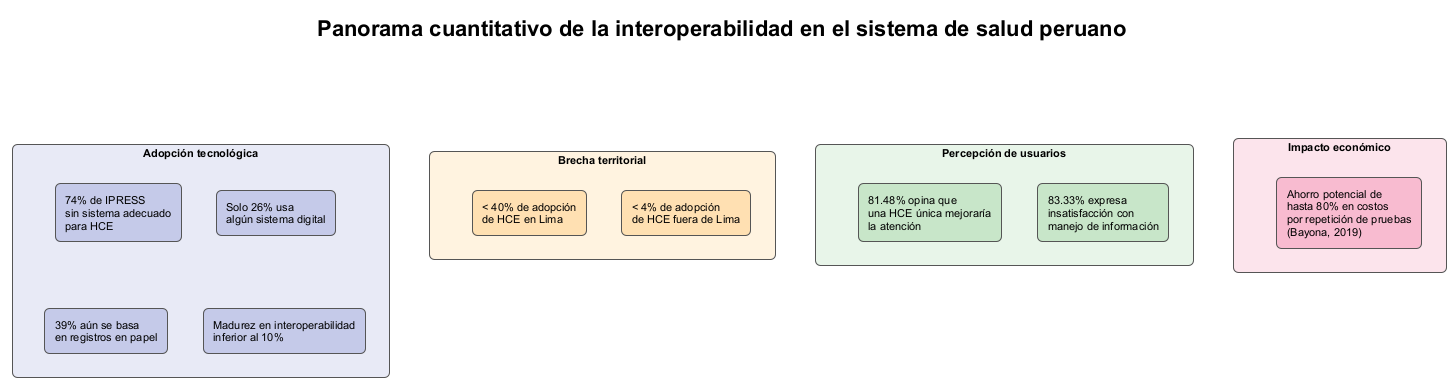
Earlier version of the PlantUML export media/diagrama-panorama-cuantitativo.png (genomike/seminario_de_investigacion).
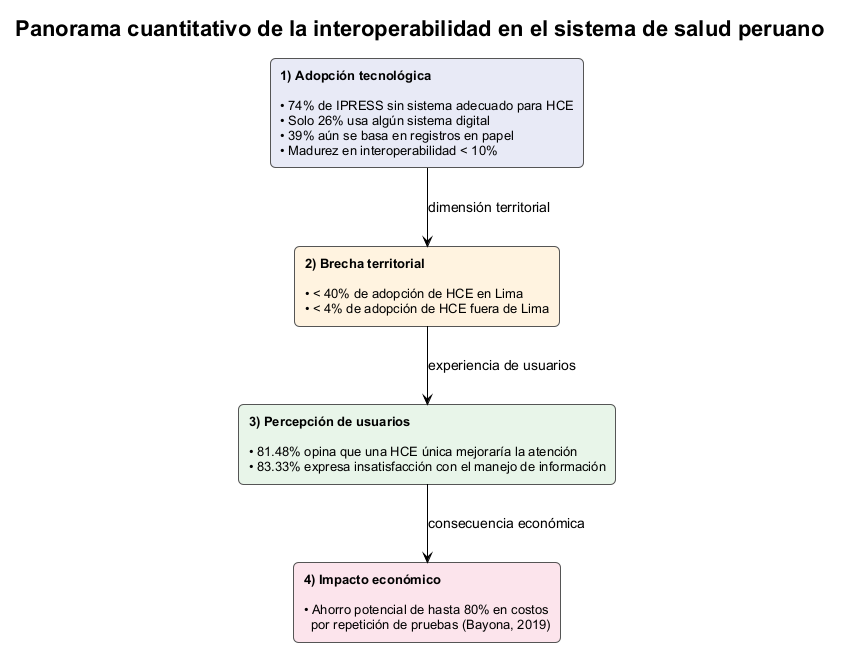
After the commit.

Diff of the diagram source:
```diff
@@ -2,37 +2,27 @@
 !theme plain
 skinparam backgroundColor white
 skinparam defaultFontName Arial
-skinparam defaultFontSize 11
+skinparam defaultFontSize 14
 skinparam shadowing false
 skinparam rectangle {
     RoundCorner 10
     BorderColor #555555
+    FontSize 13
 }
+top to bottom direction
 
 title <b>Panorama cuantitativo de la interoperabilidad en el sistema de salud peruano</b>
 
-rectangle "<b>Adopción tecnológica</b>" as AT #E8EAF6 {
-    rectangle "74% de IPRESS\nsin sistema adecuado\npara HCE" as A1 #C5CAE9
-    rectangle "Solo 26% usa\nalgún sistema digital" as A2 #C5CAE9
-    rectangle "39% aún se basa\nen registros en papel" as A3 #C5CAE9
-    rectangle "Madurez en interoperabilidad\ninferior al 10%" as A4 #C5CAE9
-}
+rectangle "<b>1) Adopción tecnológica</b>\n\n• 74% de IPRESS sin sistema adecuado para HCE\n• Solo 26% usa algún sistema digital\n• 39% aún se basa en registros en papel\n• Madurez en interoperabilidad < 10%" as AT #E8EAF6
 
-rectangle "<b>Brecha territorial</b>" as BT #FFF3E0 {
-    rectangle "< 4% de adopción\nde HCE fuera de Lima" as T1 #FFE0B2
-    rectangle "< 40% de adopción\nde HCE en Lima" as T2 #FFE0B2
-}
+rectangle "<b>2) Brecha territorial</b>\n\n• < 40% de adopción de HCE en Lima\n• < 4% de adopción de HCE fuera de Lima" as BT #FFF3E0
 
-rectangle "<b>Percepción de usuarios</b>" as PU #E8F5E9 {
-    rectangle "83.33% expresa\ninsatisfacción con\nmanejo de información" as U1 #C8E6C9
-    rectangle "81.48% opina que\nuna HCE única mejoraría\nla atención" as U2 #C8E6C9
-}
+rectangle "<b>3) Percepción de usuarios</b>\n\n• 81.48% opina que una HCE única mejoraría la atención\n• 83.33% expresa insatisfacción con el manejo de información" as PU #E8F5E9
 
-rectangle "<b>Impacto económico</b>" as IE #FCE4EC {
-    rectangle "Ahorro potencial de\nhasta 80% en costos\npor repetición de pruebas\n(Bayona, 2019)" as E1 #F8BBD0
-}
+rectangle "<b>4) Impacto económico</b>\n\n• Ahorro potencial de hasta 80% en costos\n  por repetición de pruebas (Bayona, 2019)" as IE #FCE4EC
 
-AT -[hidden]right- BT
-PU -[hidden]right- IE
+AT -down-> BT : "dimensión territorial"
+BT -down-> PU : "experiencia de usuarios"
+PU -down-> IE : "consecuencia económica"
 
 @enduml
```
